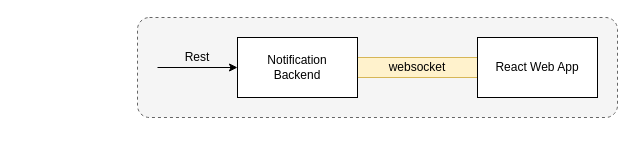
The draw.io diagram doc/websockets.drawio in awarenessxz/notification-websockets, before the edit. Source tidied: cells renumbered, new cells numbered last; positions are measured from the earlier drawing's top-left corner, leaving out a move shared by most shapes. Both pictures are drawn from the tidied source at 100%, with x=0, y=0 at pixel (137, 17).
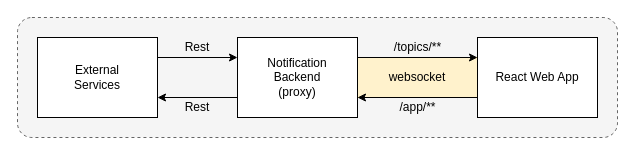
The same diagram, later.

What changed in the source:
```diff
@@
 <mxGraphModel>
   <root>
     <mxCell id="0" />
     <mxCell id="1" parent="0" />
     <mxCell id="2" style="rounded=1;whiteSpace=wrap;html=1;fillColor=#f5f5f5;fontColor=#333333;strokeColor=#666666;dashed=1;arcSize=12;" parent="1" vertex="1">
-      <mxGeometry width="480" height="100" as="geometry" />
+      <mxGeometry x="-120" width="600" height="120" as="geometry" />
     </mxCell>
     <mxCell id="3" value="websocket" style="rounded=0;whiteSpace=wrap;html=1;fillColor=#fff2cc;strokeColor=#d6b656;" parent="1" vertex="1">
-      <mxGeometry x="220" y="40" width="120" height="20" as="geometry" />
+      <mxGeometry x="220" y="40" width="120" height="40" as="geometry" />
     </mxCell>
-    <mxCell id="4" value="Notification&lt;br&gt;Backend" style="rounded=0;whiteSpace=wrap;html=1;" parent="1" vertex="1">
-      <mxGeometry x="100" y="20" width="120" height="60" as="geometry" />
+    <mxCell id="4" value="Notification&lt;br&gt;&lt;div&gt;Backend&lt;/div&gt;&lt;div&gt;(proxy)&lt;br&gt;&lt;/div&gt;" style="rounded=0;whiteSpace=wrap;html=1;" parent="1" vertex="1">
+      <mxGeometry x="100" y="20" width="120" height="80" as="geometry" />
     </mxCell>
-    <mxCell id="5" style="endArrow=classic;html=1;rounded=0;entryX=0;entryY=0.5;entryDx=0;entryDy=0;" parent="1" edge="1" target="4">
-      <mxGeometry relative="1" as="geometry">
-        <mxPoint x="20" y="50" as="sourcePoint" />
-      </mxGeometry>
+    <mxCell id="5" style="endArrow=classic;html=1;rounded=0;entryX=0;entryY=0.25;entryDx=0;entryDy=0;exitX=1;exitY=0.25;exitDx=0;exitDy=0;" parent="1" edge="1" source="14" target="4">
+      <mxGeometry relative="1" as="geometry" />
     </mxCell>
     <mxCell id="6" value="Rest" style="text;html=1;strokeColor=none;fillColor=none;align=center;verticalAlign=middle;whiteSpace=wrap;rounded=0;" parent="1" vertex="1">
-      <mxGeometry x="30" y="30" width="60" height="20" as="geometry" />
+      <mxGeometry x="30" y="20" width="60" height="20" as="geometry" />
     </mxCell>
     <mxCell id="7" value="React Web App" style="rounded=0;whiteSpace=wrap;html=1;" parent="1" vertex="1">
-      <mxGeometry x="340" y="20" width="120" height="60" as="geometry" />
+      <mxGeometry x="340" y="20" width="120" height="80" as="geometry" />
     </mxCell>
+    <mxCell id="8" value="/topics/**" style="text;html=1;strokeColor=none;fillColor=none;align=center;verticalAlign=middle;whiteSpace=wrap;rounded=0;" parent="1" vertex="1">
+      <mxGeometry x="242.5" y="20" width="75" height="20" as="geometry" />
+    </mxCell>
+    <mxCell id="9" style="endArrow=classic;html=1;rounded=0;entryX=0;entryY=0.25;entryDx=0;entryDy=0;exitX=1;exitY=0.25;exitDx=0;exitDy=0;" parent="1" edge="1" source="4" target="7">
+      <mxGeometry relative="1" as="geometry" />
+    </mxCell>
+    <mxCell id="10" style="endArrow=classic;html=1;rounded=0;entryX=1;entryY=0.75;entryDx=0;entryDy=0;exitX=0;exitY=0.75;exitDx=0;exitDy=0;" parent="1" edge="1" source="7" target="4">
+      <mxGeometry relative="1" as="geometry" />
+    </mxCell>
+    <mxCell id="11" value="/app/**" style="text;html=1;strokeColor=none;fillColor=none;align=center;verticalAlign=middle;whiteSpace=wrap;rounded=0;" parent="1" vertex="1">
+      <mxGeometry x="242.5" y="80" width="75" height="20" as="geometry" />
+    </mxCell>
+    <mxCell id="12" style="endArrow=classic;html=1;rounded=0;exitX=0;exitY=0.75;exitDx=0;exitDy=0;entryX=1;entryY=0.75;entryDx=0;entryDy=0;" parent="1" edge="1" source="4" target="14">
+      <mxGeometry relative="1" as="geometry" />
+    </mxCell>
+    <mxCell id="13" value="Rest" style="text;html=1;strokeColor=none;fillColor=none;align=center;verticalAlign=middle;whiteSpace=wrap;rounded=0;" parent="1" vertex="1">
+      <mxGeometry x="30" y="80" width="60" height="20" as="geometry" />
+    </mxCell>
+    <mxCell id="14" value="&lt;div&gt;External&lt;/div&gt;&lt;div&gt;Services&lt;br&gt;&lt;/div&gt;" style="rounded=0;whiteSpace=wrap;html=1;" parent="1" vertex="1">
+      <mxGeometry x="-100" y="20" width="120" height="80" as="geometry" />
+    </mxCell>
   </root>
 </mxGraphModel>
```
